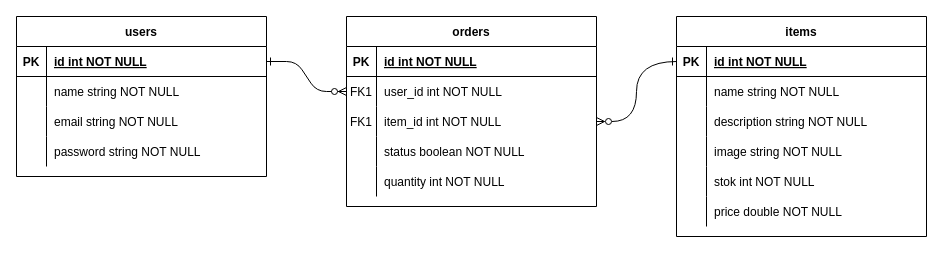
Earlier version of the draw.io diagram erd.drawio (BingleShop-Team-1/BingleShop-Team1). Source tidied: cells renumbered, new cells numbered last; positions are measured from the earlier drawing's top-left corner, leaving out a move shared by most shapes. Both pictures are drawn from the tidied source at 100%, with x=0, y=0 at pixel (16, 16).
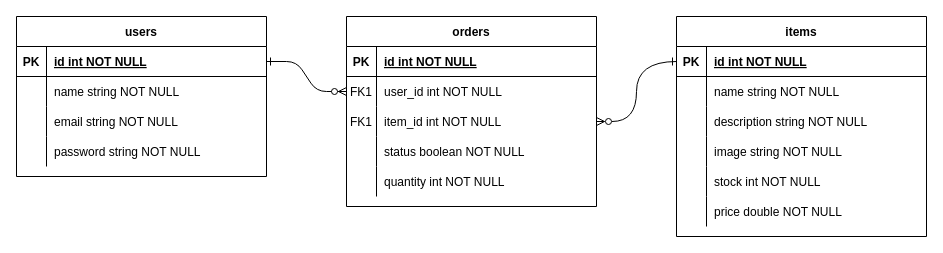
After the change.

Unchanged cells that the change refers to:
```xml
<mxCell id="32" style="shape=partialRectangle;fillColor=none;top=0;left=0;right=0;bottom=0;" parent="19" vertex="1">
  <mxGeometry y="150" width="250" height="30" as="geometry" />
</mxCell>
```

Change to the diagram source:
```diff
@@
-    <mxCell id="34" value="stok int NOT NULL" style="shape=partialRectangle;overflow=hidden;fillColor=none;top=0;left=0;bottom=0;right=0;align=left;spacingLeft=6;" parent="32" vertex="1">
+    <mxCell id="34" value="stock int NOT NULL" style="shape=partialRectangle;overflow=hidden;fillColor=none;top=0;left=0;bottom=0;right=0;align=left;spacingLeft=6;" parent="32" vertex="1">
       <mxGeometry x="30" width="220" height="30" as="geometry" />
     </mxCell>
```
